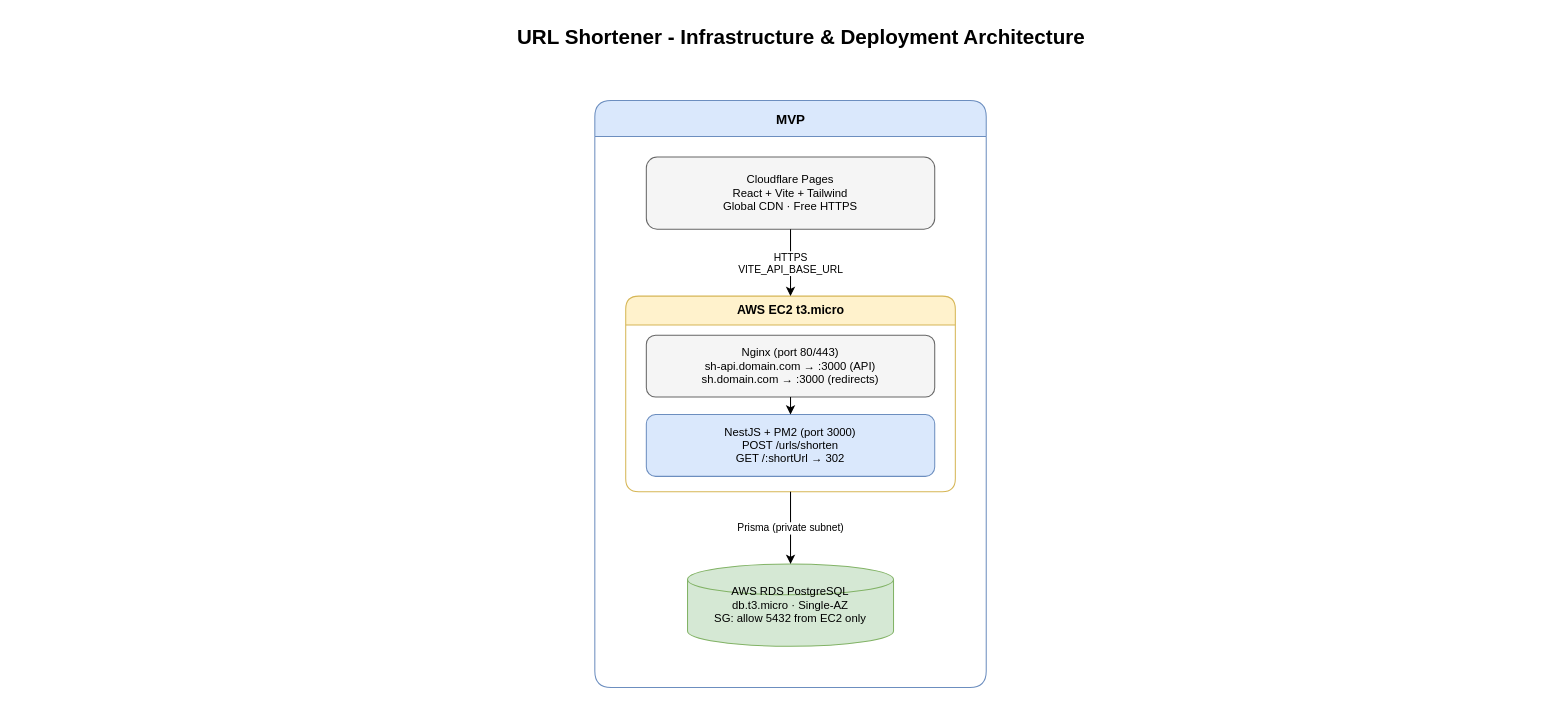
Above: docs/diagrams/infra.drawio in ImWaynnee/url-shortener (draw.io), before the change. Source tidied: cells renumbered, new cells numbered last; positions are measured from the earlier drawing's top-left corner, leaving out a move shared by most shapes. Both pictures are drawn from the tidied source at 103%, with x=0, y=0 at pixel (79, 18).
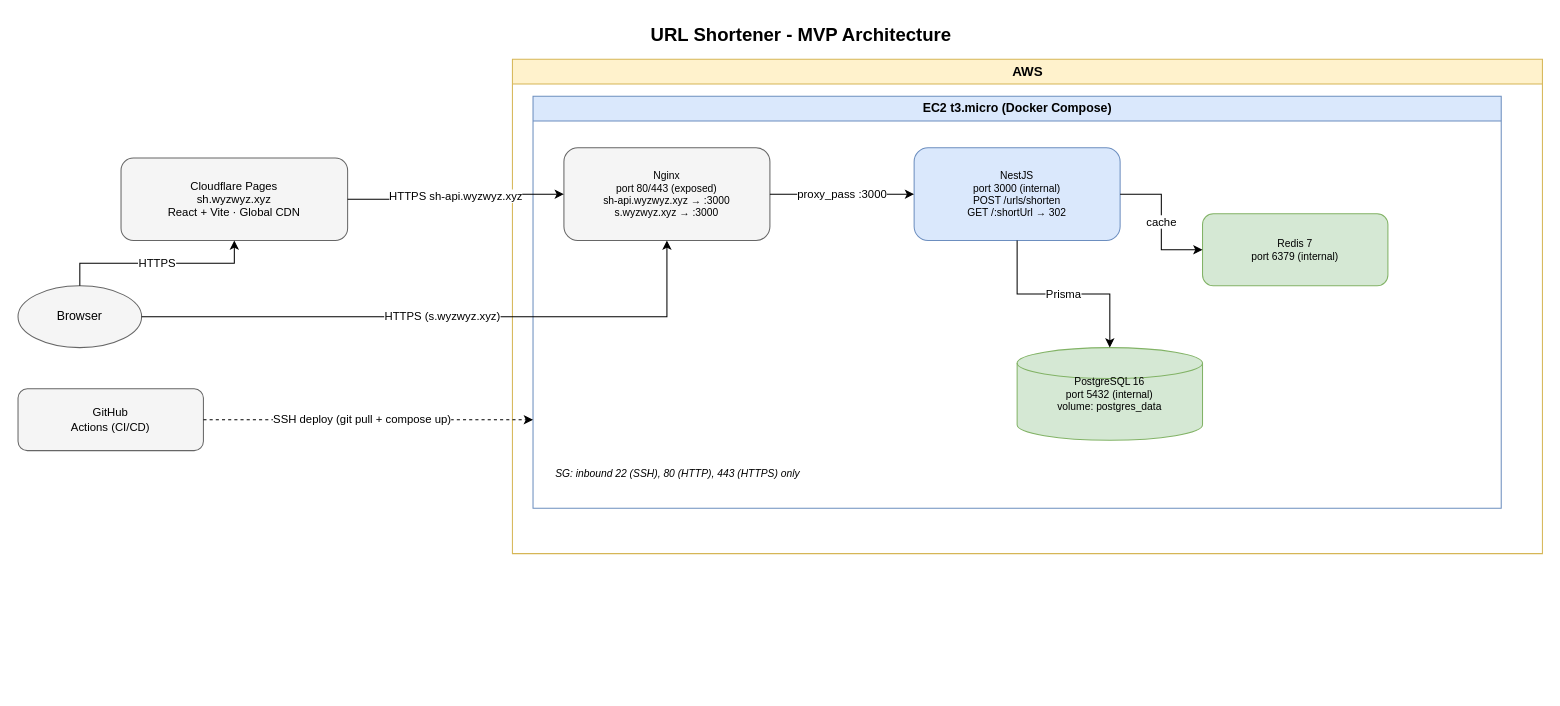
The same page after the edit.

Change to the diagram source:
```diff
@@
-    <mxCell id="2" value="URL Shortener - Infrastructure &amp;amp; Deployment Architecture" style="text;fontSize=20;fontStyle=1;align=center;html=1;" parent="1" vertex="1">
-      <mxGeometry width="1400" height="40" as="geometry" />
-    </mxCell>
-    <mxCell id="3" value="MVP" style="swimlane;startSize=35;fillColor=#dae8fc;strokeColor=#6c8ebf;fontSize=13;fontStyle=1;rounded=1;html=1;" parent="1" vertex="1">
-      <mxGeometry x="500" y="80" width="380" height="570" as="geometry" />
-    </mxCell>
-    <mxCell id="4" value="Cloudflare Pages&#10;React + Vite + Tailwind&#10;Global CDN · Free HTTPS" style="rounded=1;whiteSpace=wrap;fillColor=#f5f5f5;strokeColor=#666666;fontSize=11;html=1;" parent="3" vertex="1">
-      <mxGeometry x="50" y="55" width="280" height="70" as="geometry" />
-    </mxCell>
-    <mxCell id="5" value="AWS EC2 t3.micro" style="swimlane;startSize=28;fillColor=#fff2cc;strokeColor=#d6b656;fontSize=12;fontStyle=1;rounded=1;html=1;" parent="3" vertex="1">
-      <mxGeometry x="30" y="190" width="320" height="190" as="geometry" />
-    </mxCell>
-    <mxCell id="6" value="Nginx (port 80/443)&lt;br&gt;sh-api.domain.com → :3000 (API)&lt;br&gt;sh.domain.com → :3000 (redirects)" style="rounded=1;whiteSpace=wrap;fillColor=#f5f5f5;strokeColor=#666666;fontSize=11;html=1;" parent="5" vertex="1">
-      <mxGeometry x="20" y="38" width="280" height="60" as="geometry" />
-    </mxCell>
-    <mxCell id="7" value="NestJS + PM2 (port 3000)&lt;br&gt;POST /urls/shorten&lt;br&gt;GET /:shortUrl → 302" style="rounded=1;whiteSpace=wrap;fillColor=#dae8fc;strokeColor=#6c8ebf;fontSize=11;html=1;" parent="5" vertex="1">
-      <mxGeometry x="20" y="115" width="280" height="60" as="geometry" />
-    </mxCell>
-    <mxCell id="8" value="AWS RDS PostgreSQL&#10;db.t3.micro · Single-AZ&#10;SG: allow 5432 from EC2 only" style="rounded=1;whiteSpace=wrap;shape=cylinder3;fillColor=#d5e8d4;strokeColor=#82b366;fontSize=11;html=1;" parent="3" vertex="1">
-      <mxGeometry x="90" y="450" width="200" height="80" as="geometry" />
-    </mxCell>
-    <mxCell id="9" value="HTTPS&#10;VITE_API_BASE_URL" style="edgeStyle=orthogonalEdgeStyle;rounded=0;html=1;fontSize=10;entryX=0.5;entryY=0;entryDx=0;entryDy=0;" parent="3" edge="1" source="4" target="5">
-      <mxGeometry relative="1" as="geometry" />
-    </mxCell>
-    <mxCell id="10" style="edgeStyle=orthogonalEdgeStyle;rounded=0;html=1;" parent="3" edge="1" source="6" target="7">
-      <mxGeometry relative="1" as="geometry" />
-    </mxCell>
-    <mxCell id="11" value="Prisma (private subnet)" style="edgeStyle=orthogonalEdgeStyle;rounded=0;html=1;fontSize=10;" parent="3" edge="1" source="5" target="8">
-      <mxGeometry relative="1" as="geometry" />
-    </mxCell>
+    <mxCell id="12" value="URL Shortener - MVP Architecture" style="text;fontSize=18;fontStyle=1;align=center;html=1;" parent="1" vertex="1">
+      <mxGeometry width="1400" height="40" as="geometry" />
+    </mxCell>
+    <mxCell id="13" value="Browser" style="ellipse;whiteSpace=wrap;html=1;fillColor=#f5f5f5;strokeColor=#666666;" parent="1" vertex="1">
+      <mxGeometry x="-60" y="260" width="120" height="60" as="geometry" />
+    </mxCell>
+    <mxCell id="14" value="Cloudflare Pages&#10;sh.wyzwyz.xyz&#10;React + Vite · Global CDN" style="rounded=1;whiteSpace=wrap;html=1;fillColor=#f5f5f5;strokeColor=#666666;fontSize=11;" parent="1" vertex="1">
+      <mxGeometry x="40" y="136" width="220" height="80" as="geometry" />
+    </mxCell>
+    <mxCell id="15" value="GitHub&#10;Actions (CI/CD)" style="rounded=1;whiteSpace=wrap;html=1;fillColor=#f5f5f5;strokeColor=#666666;fontSize=11;" parent="1" vertex="1">
+      <mxGeometry x="-60" y="360" width="180" height="60" as="geometry" />
+    </mxCell>
+    <mxCell id="16" value="AWS" style="swimlane;startSize=24;fillColor=#fff2cc;strokeColor=#d6b656;fontSize=13;fontStyle=1;html=1;" parent="1" vertex="1">
+      <mxGeometry x="420" y="40" width="1000" height="480" as="geometry" />
+    </mxCell>
+    <mxCell id="17" value="EC2 t3.micro (Docker Compose)" style="swimlane;startSize=24;fillColor=#dae8fc;strokeColor=#6c8ebf;fontSize=12;fontStyle=1;html=1;" parent="16" vertex="1">
+      <mxGeometry x="20" y="36" width="940" height="400" as="geometry" />
+    </mxCell>
+    <mxCell id="18" value="Nginx&#10;port 80/443 (exposed)&#10;sh-api.wyzwyz.xyz → :3000&#10;s.wyzwyz.xyz → :3000" style="rounded=1;whiteSpace=wrap;html=1;fillColor=#f5f5f5;strokeColor=#666666;fontSize=10;" parent="17" vertex="1">
+      <mxGeometry x="30" y="50" width="200" height="90" as="geometry" />
+    </mxCell>
+    <mxCell id="19" value="NestJS&#10;port 3000 (internal)&#10;POST /urls/shorten&#10;GET /:shortUrl → 302" style="rounded=1;whiteSpace=wrap;html=1;fillColor=#dae8fc;strokeColor=#6c8ebf;fontSize=10;" parent="17" vertex="1">
+      <mxGeometry x="370" y="50" width="200" height="90" as="geometry" />
+    </mxCell>
+    <mxCell id="20" value="Redis 7&#10;port 6379 (internal)" style="rounded=1;whiteSpace=wrap;html=1;fillColor=#d5e8d4;strokeColor=#82b366;fontSize=10;" parent="17" vertex="1">
+      <mxGeometry x="650" y="114" width="180" height="70" as="geometry" />
+    </mxCell>
+    <mxCell id="21" value="PostgreSQL 16&#10;port 5432 (internal)&#10;volume: postgres_data" style="shape=cylinder3;whiteSpace=wrap;html=1;fillColor=#d5e8d4;strokeColor=#82b366;fontSize=10;" parent="17" vertex="1">
+      <mxGeometry x="470" y="244" width="180" height="90" as="geometry" />
+    </mxCell>
+    <mxCell id="22" value="SG: inbound 22 (SSH), 80 (HTTP), 443 (HTTPS) only" style="text;html=1;fontSize=10;fontStyle=2;fillColor=none;strokeColor=none;" parent="17" vertex="1">
+      <mxGeometry x="20" y="354" width="440" height="30" as="geometry" />
+    </mxCell>
+    <mxCell id="23" value="HTTPS" style="edgeStyle=orthogonalEdgeStyle;rounded=0;html=1;" parent="1" edge="1" source="13" target="14">
+      <mxGeometry relative="1" as="geometry" />
+    </mxCell>
+    <mxCell id="24" value="HTTPS (s.wyzwyz.xyz)" style="edgeStyle=orthogonalEdgeStyle;rounded=0;html=1;" parent="1" edge="1" source="13" target="18">
+      <mxGeometry relative="1" as="geometry" />
+    </mxCell>
+    <mxCell id="25" value="HTTPS sh-api.wyzwyz.xyz" style="edgeStyle=orthogonalEdgeStyle;rounded=0;html=1;" parent="1" edge="1" source="14" target="18">
+      <mxGeometry relative="1" as="geometry" />
+    </mxCell>
+    <mxCell id="26" value="SSH deploy (git pull + compose up)" style="edgeStyle=orthogonalEdgeStyle;rounded=0;html=1;dashed=1;" parent="1" edge="1" source="15">
+      <mxGeometry x="-0.04" relative="1" as="geometry">
+        <mxPoint x="440" y="390" as="targetPoint" />
+        <Array as="points">
+          <mxPoint x="440" y="390" />
+        </Array>
+      </mxGeometry>
+    </mxCell>
+    <mxCell id="27" value="proxy_pass :3000" style="edgeStyle=orthogonalEdgeStyle;rounded=0;html=1;" parent="1" edge="1" source="18" target="19">
+      <mxGeometry relative="1" as="geometry" />
+    </mxCell>
+    <mxCell id="28" value="cache" style="edgeStyle=orthogonalEdgeStyle;rounded=0;html=1;" parent="1" edge="1" source="19" target="20">
+      <mxGeometry relative="1" as="geometry" />
+    </mxCell>
+    <mxCell id="29" value="Prisma" style="edgeStyle=orthogonalEdgeStyle;rounded=0;html=1;" parent="1" edge="1" source="19" target="21">
+      <mxGeometry relative="1" as="geometry" />
+    </mxCell>
```
